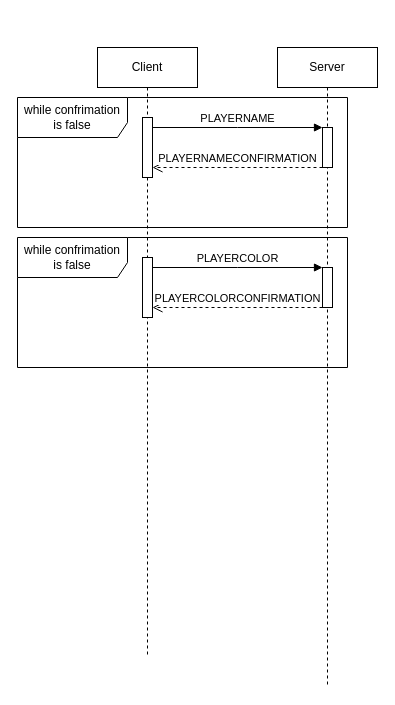
The draw.io diagram deliveries/Diagramma senza titolo.drawio in Ago19pc/IS24-AM04, before the edit. Source tidied: cells renumbered, new cells numbered last; positions are measured from the earlier drawing's top-left corner, leaving out a move shared by most shapes. Both pictures are drawn from the tidied source at 100%, with x=0, y=0 at pixel (17, 47).
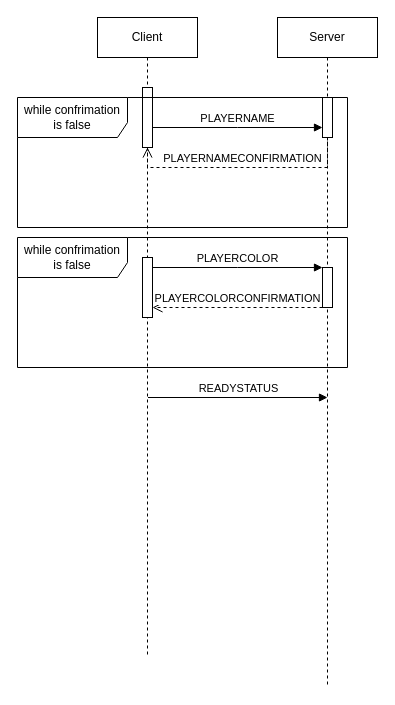
Above is the later version.

Change to the diagram source:
```diff
@@
     <mxCell id="2" value="Client" style="shape=umlLifeline;perimeter=lifelinePerimeter;whiteSpace=wrap;html=1;newEdgeStyle={&quot;edgeStyle&quot;:&quot;elbowEdgeStyle&quot;,&quot;elbow&quot;:&quot;vertical&quot;,&quot;curved&quot;:0,&quot;rounded&quot;:0};" parent="1" vertex="1">
-      <mxGeometry x="80" width="100" height="610" as="geometry" />
+      <mxGeometry x="80" y="-30" width="100" height="640" as="geometry" />
     </mxCell>
@@
     <mxCell id="4" value="Server" style="shape=umlLifeline;perimeter=lifelinePerimeter;whiteSpace=wrap;html=1;newEdgeStyle={&quot;edgeStyle&quot;:&quot;elbowEdgeStyle&quot;,&quot;elbow&quot;:&quot;vertical&quot;,&quot;curved&quot;:0,&quot;rounded&quot;:0};" parent="1" vertex="1">
-      <mxGeometry x="260" width="100" height="640" as="geometry" />
+      <mxGeometry x="260" y="-30" width="100" height="670" as="geometry" />
     </mxCell>
@@
+    <mxCell id="14" value="READYSTATUS" style="html=1;verticalAlign=bottom;endArrow=block;curved=0;rounded=0;" parent="1" edge="1">
+      <mxGeometry relative="1" as="geometry">
+        <mxPoint x="130.5" y="350" as="sourcePoint" />
+        <mxPoint x="310" y="350" as="targetPoint" />
+      </mxGeometry>
+    </mxCell>
```
